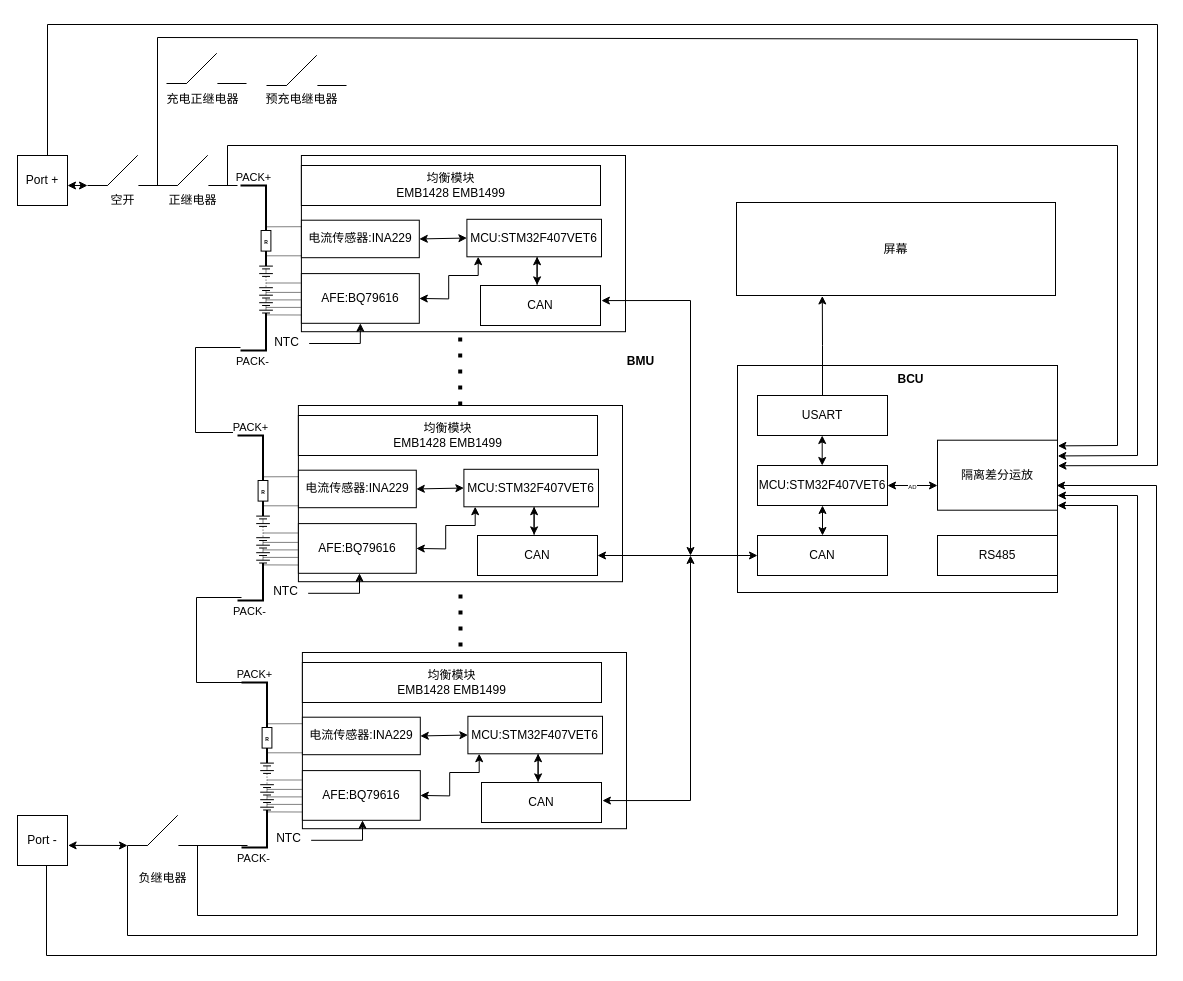
This is 第二版.drawio from HatSir/QilinCtrl, a draw.io file, before an edit. Source tidied: cells renumbered, new cells numbered last; positions are measured from the earlier drawing's top-left corner, leaving out a move shared by most shapes. Both pictures are drawn from the tidied source at 100%, with x=0, y=0 at pixel (17, 24).
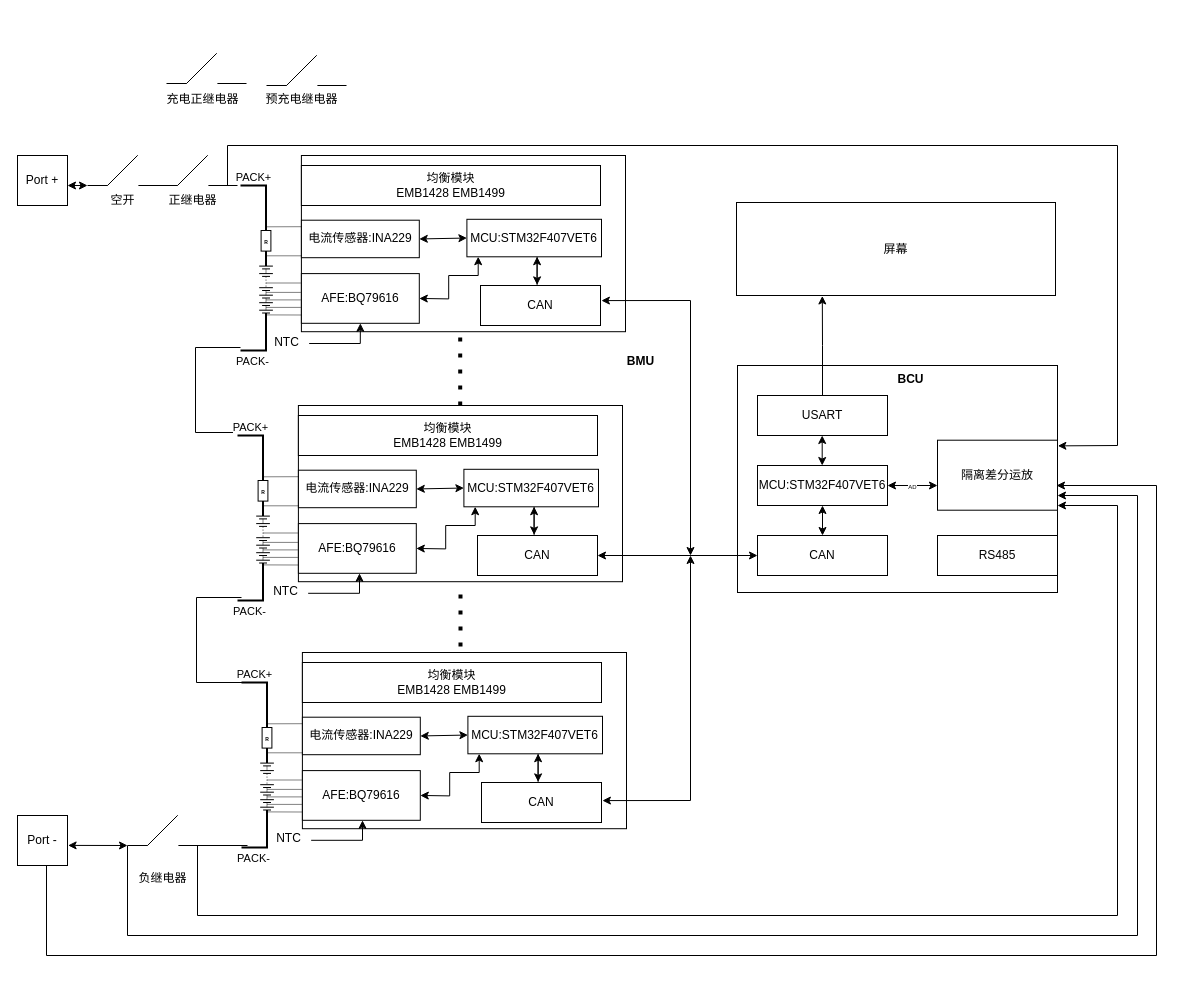
After the change.

Commit message:
更新第二版.drawio

Unchanged cells that the change refers to:
```xml
<mxCell id="43" value="隔离差分运放" style="rounded=0;whiteSpace=wrap;html=1;" parent="1" vertex="1">
  <mxGeometry x="920" y="415.7" width="120" height="70" as="geometry" />
</mxCell>
```

Change to the diagram source:
```diff
@@
-    <mxCell id="39" style="endArrow=classic;html=1;rounded=0;entryX=1.002;entryY=0.225;entryDx=0;entryDy=0;entryPerimeter=0;" parent="1" edge="1" target="43">
-      <mxGeometry relative="1" as="geometry">
-        <mxPoint x="140" y="161" as="sourcePoint" />
-        <Array as="points">
-          <mxPoint x="140" y="13" />
-          <mxPoint x="1120" y="15" />
-          <mxPoint x="1120" y="431" />
-        </Array>
-      </mxGeometry>
-    </mxCell>
@@
-    <mxCell id="41" style="endArrow=classic;html=1;rounded=0;entryX=1.004;entryY=0.365;entryDx=0;entryDy=0;entryPerimeter=0;" parent="1" edge="1" target="43">
-      <mxGeometry relative="1" as="geometry">
-        <mxPoint x="30" y="131" as="sourcePoint" />
-        <Array as="points">
-          <mxPoint x="30" />
-          <mxPoint x="1140" />
-          <mxPoint x="1140" y="441" />
-        </Array>
-      </mxGeometry>
-    </mxCell>
```
